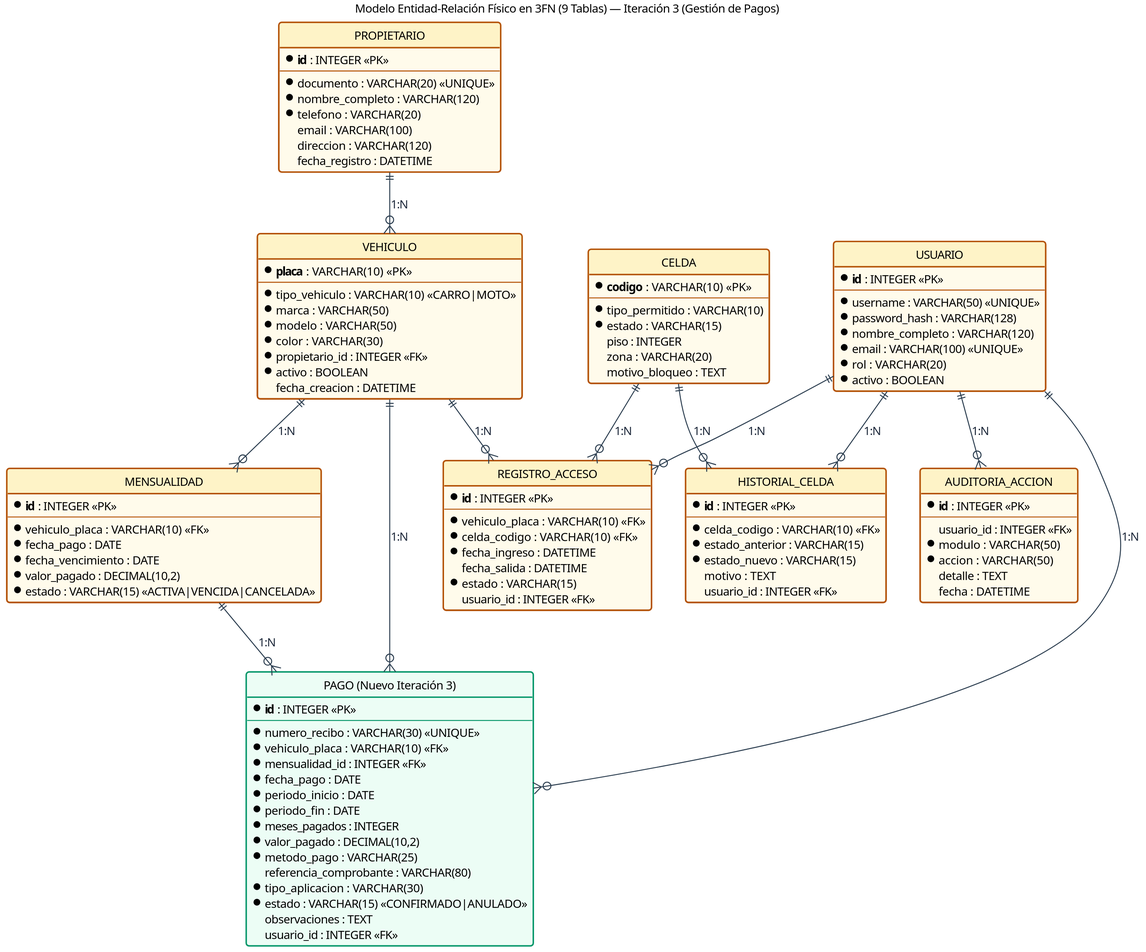
The PlantUML diagram docs/diagramas/4_modelo_entidad_relacion_mer_iteracion_3.svg in Camilo-Alberto-Palacio/autos-colombia-parqueadero, before a commit.
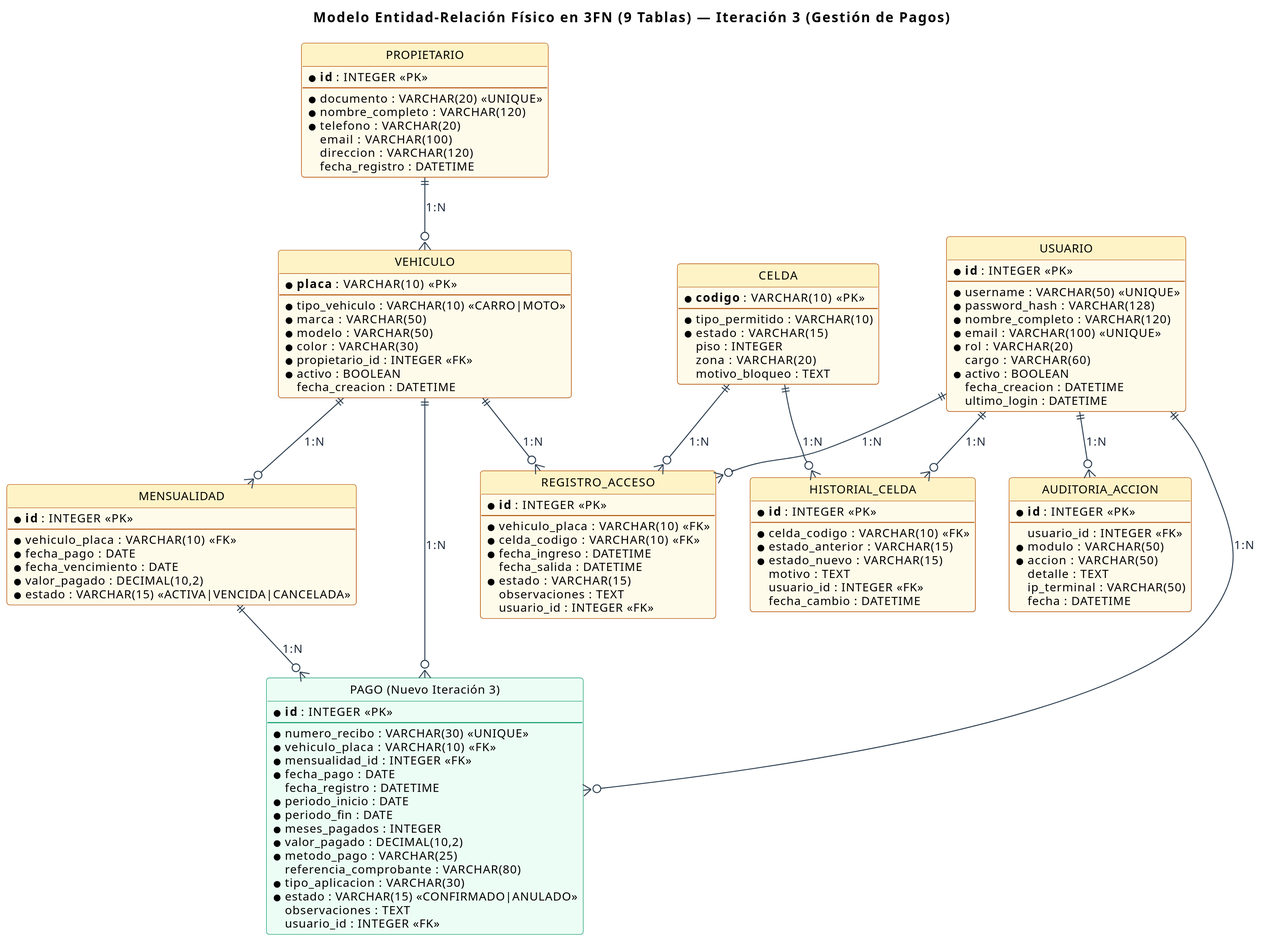
Above is the later version.

Diff of the diagram source:
```diff
@@ -56,6 +56,7 @@
   * vehiculo_placa : VARCHAR(10) <<FK>>
   * mensualidad_id : INTEGER <<FK>>
   * fecha_pago : DATE
+  fecha_registro : DATETIME
   * periodo_inicio : DATE
   * periodo_fin : DATE
   * meses_pagados : INTEGER
@@ -86,7 +87,10 @@
   * nombre_completo : VARCHAR(120)
   * email : VARCHAR(100) <<UNIQUE>>
   * rol : VARCHAR(20)
+  cargo : VARCHAR(60)
   * activo : BOOLEAN
+  fecha_creacion : DATETIME
+  ultimo_login : DATETIME
 }
 
 entity "REGISTRO_ACCESO" as e_reg {
@@ -97,6 +101,7 @@
   * fecha_ingreso : DATETIME
   fecha_salida : DATETIME
   * estado : VARCHAR(15)
+  observaciones : TEXT
   usuario_id : INTEGER <<FK>>
 }
 
@@ -108,6 +113,7 @@
   * estado_nuevo : VARCHAR(15)
   motivo : TEXT
   usuario_id : INTEGER <<FK>>
+  fecha_cambio : DATETIME
 }
 
 entity "AUDITORIA_ACCION" as e_aud {
@@ -117,6 +123,7 @@
   * modulo : VARCHAR(50)
   * accion : VARCHAR(50)
   detalle : TEXT
+  ip_terminal : VARCHAR(50)
   fecha : DATETIME
 }
 
```
